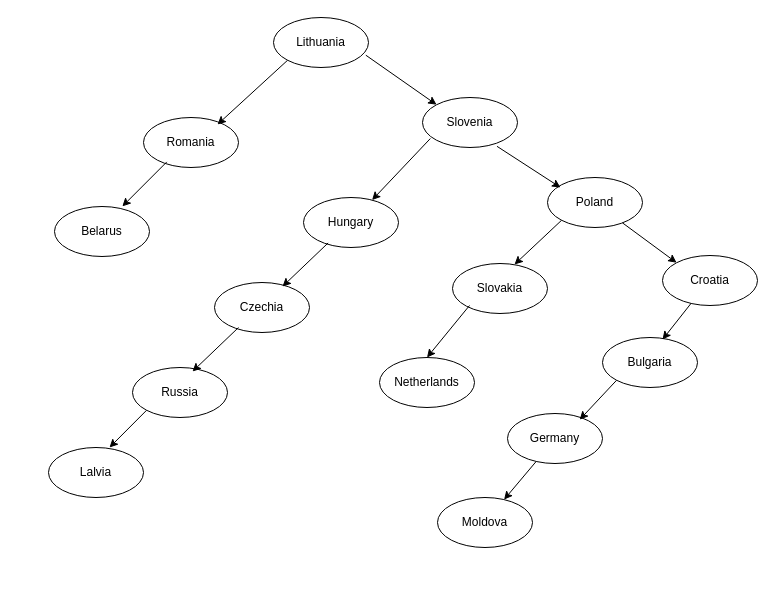
Sushey01/DSA-report keeps this draw.io diagram as Untitled Diagram.drawio. Above is the earlier version. Source tidied: cells renumbered, new cells numbered last; positions are measured from the earlier drawing's top-left corner, leaving out a move shared by most shapes. Both pictures are drawn from the tidied source at 100%, with x=0, y=0 at pixel (48, 17).
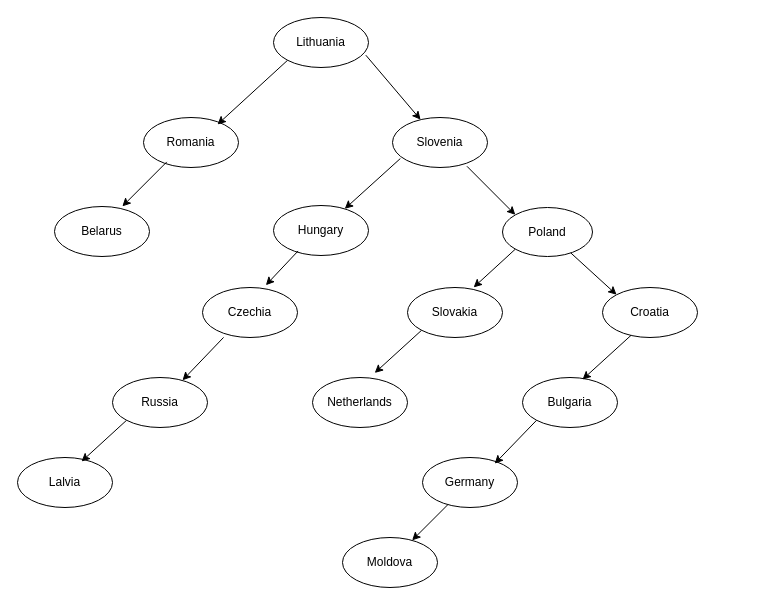
After the change.

Commit message (it also covers changes not shown here):
Tree Diagram

Unchanged cells that the change refers to:
```xml
<mxCell id="2" value="Lithuania" style="ellipse;whiteSpace=wrap;html=1;" parent="1" vertex="1">
  <mxGeometry x="225" width="95" height="50" as="geometry" />
</mxCell>
```

Diff of the diagram source:
```diff
@@
     <mxCell id="5" value="Slovenia" style="ellipse;whiteSpace=wrap;html=1;" parent="1" vertex="1">
-      <mxGeometry x="374" y="80" width="95" height="50" as="geometry" />
+      <mxGeometry x="344" y="100" width="95" height="50" as="geometry" />
     </mxCell>
     <mxCell id="6" value="Croatia" style="ellipse;whiteSpace=wrap;html=1;" parent="1" vertex="1">
-      <mxGeometry x="614" y="238" width="95" height="50" as="geometry" />
+      <mxGeometry x="554" y="270" width="95" height="50" as="geometry" />
     </mxCell>
     <mxCell id="7" value="Bulgaria" style="ellipse;whiteSpace=wrap;html=1;" parent="1" vertex="1">
-      <mxGeometry x="554" y="320" width="95" height="50" as="geometry" />
+      <mxGeometry x="474" y="360" width="95" height="50" as="geometry" />
     </mxCell>
     <mxCell id="8" value="Poland" style="ellipse;whiteSpace=wrap;html=1;" parent="1" vertex="1">
-      <mxGeometry x="499" y="160" width="95" height="50" as="geometry" />
+      <mxGeometry x="454" y="190" width="90" height="49" as="geometry" />
     </mxCell>
     <mxCell id="9" value="Russia" style="ellipse;whiteSpace=wrap;html=1;" parent="1" vertex="1">
-      <mxGeometry x="84" y="350" width="95" height="50" as="geometry" />
+      <mxGeometry x="64" y="360" width="95" height="50" as="geometry" />
     </mxCell>
     <mxCell id="10" value="Lalvia" style="ellipse;whiteSpace=wrap;html=1;" parent="1" vertex="1">
-      <mxGeometry y="430" width="95" height="50" as="geometry" />
+      <mxGeometry x="-31" y="440" width="95" height="50" as="geometry" />
     </mxCell>
     <mxCell id="11" value="Czechia" style="ellipse;whiteSpace=wrap;html=1;" parent="1" vertex="1">
-      <mxGeometry x="166" y="265" width="95" height="50" as="geometry" />
+      <mxGeometry x="154" y="270" width="95" height="50" as="geometry" />
     </mxCell>
     <mxCell id="12" value="Hungary" style="ellipse;whiteSpace=wrap;html=1;" parent="1" vertex="1">
-      <mxGeometry x="255" y="180" width="95" height="50" as="geometry" />
+      <mxGeometry x="225" y="188" width="95" height="50" as="geometry" />
     </mxCell>
     <mxCell id="13" value="Germany" style="ellipse;whiteSpace=wrap;html=1;" parent="1" vertex="1">
-      <mxGeometry x="459" y="396" width="95" height="50" as="geometry" />
+      <mxGeometry x="374" y="440" width="95" height="50" as="geometry" />
     </mxCell>
     <mxCell id="14" value="Moldova" style="ellipse;whiteSpace=wrap;html=1;" parent="1" vertex="1">
-      <mxGeometry x="389" y="480" width="95" height="50" as="geometry" />
+      <mxGeometry x="294" y="520" width="95" height="50" as="geometry" />
     </mxCell>
     <mxCell id="15" value="Netherlands" style="ellipse;whiteSpace=wrap;html=1;" parent="1" vertex="1">
-      <mxGeometry x="331" y="340" width="95" height="50" as="geometry" />
+      <mxGeometry x="264" y="360" width="95" height="50" as="geometry" />
     </mxCell>
     <mxCell id="16" value="Slovakia" style="ellipse;whiteSpace=wrap;html=1;" parent="1" vertex="1">
-      <mxGeometry x="404" y="246" width="95" height="50" as="geometry" />
+      <mxGeometry x="359" y="270" width="95" height="50" as="geometry" />
     </mxCell>
@@
-    <mxCell id="19" style="endArrow=classic;html=1;rounded=0;exitX=0.259;exitY=0.909;exitDx=0;exitDy=0;exitPerimeter=0;" parent="1" edge="1" source="12">
-      <mxGeometry relative="1" as="geometry">
-        <mxPoint x="234" y="269" as="targetPoint" />
-      </mxGeometry>
+    <mxCell id="19" style="endArrow=classic;html=1;rounded=0;exitX=0.259;exitY=0.909;exitDx=0;exitDy=0;exitPerimeter=0;entryX=0.667;entryY=-0.046;entryDx=0;entryDy=0;entryPerimeter=0;" parent="1" edge="1" source="12" target="11">
+      <mxGeometry relative="1" as="geometry" />
     </mxCell>
@@
-    <mxCell id="21" style="endArrow=classic;html=1;rounded=0;exitX=0.259;exitY=0.909;exitDx=0;exitDy=0;exitPerimeter=0;" parent="1" edge="1">
-      <mxGeometry relative="1" as="geometry">
-        <mxPoint x="190" y="310" as="sourcePoint" />
-        <mxPoint x="144" y="354" as="targetPoint" />
-      </mxGeometry>
+    <mxCell id="21" style="endArrow=classic;html=1;rounded=0;exitX=0.222;exitY=0.998;exitDx=0;exitDy=0;exitPerimeter=0;entryX=0.737;entryY=0.056;entryDx=0;entryDy=0;entryPerimeter=0;" parent="1" edge="1" source="11" target="9">
+      <mxGeometry relative="1" as="geometry" />
     </mxCell>
-    <mxCell id="22" style="endArrow=classic;html=1;rounded=0;exitX=0;exitY=1;exitDx=0;exitDy=0;" parent="1" edge="1" source="9">
-      <mxGeometry relative="1" as="geometry">
-        <mxPoint x="61" y="430" as="targetPoint" />
-      </mxGeometry>
+    <mxCell id="22" style="endArrow=classic;html=1;rounded=0;exitX=0;exitY=1;exitDx=0;exitDy=0;entryX=0.674;entryY=0.08;entryDx=0;entryDy=0;entryPerimeter=0;" parent="1" edge="1" source="9" target="10">
+      <mxGeometry relative="1" as="geometry" />
     </mxCell>
-    <mxCell id="23" style="endArrow=classic;html=1;rounded=0;exitX=0;exitY=1;exitDx=0;exitDy=0;" parent="1" edge="1" source="8">
-      <mxGeometry relative="1" as="geometry">
-        <mxPoint x="466" y="247" as="targetPoint" />
-      </mxGeometry>
+    <mxCell id="23" style="endArrow=classic;html=1;rounded=0;exitX=0;exitY=1;exitDx=0;exitDy=0;entryX=0.696;entryY=-0.002;entryDx=0;entryDy=0;entryPerimeter=0;" parent="1" edge="1" source="8" target="16">
+      <mxGeometry relative="1" as="geometry" />
     </mxCell>
-    <mxCell id="24" style="endArrow=classic;html=1;rounded=0;exitX=0.083;exitY=0.82;exitDx=0;exitDy=0;exitPerimeter=0;entryX=0.5;entryY=0;entryDx=0;entryDy=0;" parent="1" edge="1" target="15">
-      <mxGeometry relative="1" as="geometry">
-        <mxPoint x="421" y="288" as="sourcePoint" />
-      </mxGeometry>
+    <mxCell id="24" style="endArrow=classic;html=1;rounded=0;exitX=0;exitY=1;exitDx=0;exitDy=0;entryX=0.655;entryY=-0.091;entryDx=0;entryDy=0;entryPerimeter=0;" parent="1" edge="1" source="16" target="15">
+      <mxGeometry relative="1" as="geometry" />
     </mxCell>
@@
-    <mxCell id="28" style="endArrow=classic;html=1;rounded=0;exitX=0.972;exitY=0.754;exitDx=0;exitDy=0;exitPerimeter=0;entryX=0;entryY=0;entryDx=0;entryDy=0;" parent="1" edge="1" source="2" target="5">
+    <mxCell id="28" style="endArrow=classic;html=1;rounded=0;exitX=0.972;exitY=0.754;exitDx=0;exitDy=0;exitPerimeter=0;" parent="1" edge="1" source="2" target="5">
       <mxGeometry relative="1" as="geometry" />
     </mxCell>
@@
-    <mxCell id="30" style="endArrow=classic;html=1;rounded=0;exitX=0.784;exitY=0.976;exitDx=0;exitDy=0;exitPerimeter=0;" parent="1" edge="1" source="5">
-      <mxGeometry relative="1" as="geometry">
-        <mxPoint x="512" y="170" as="targetPoint" />
-      </mxGeometry>
+    <mxCell id="30" style="endArrow=classic;html=1;rounded=0;exitX=0.784;exitY=0.976;exitDx=0;exitDy=0;exitPerimeter=0;entryX=0;entryY=0;entryDx=0;entryDy=0;" parent="1" edge="1" source="5" target="8">
+      <mxGeometry relative="1" as="geometry" />
     </mxCell>
```
